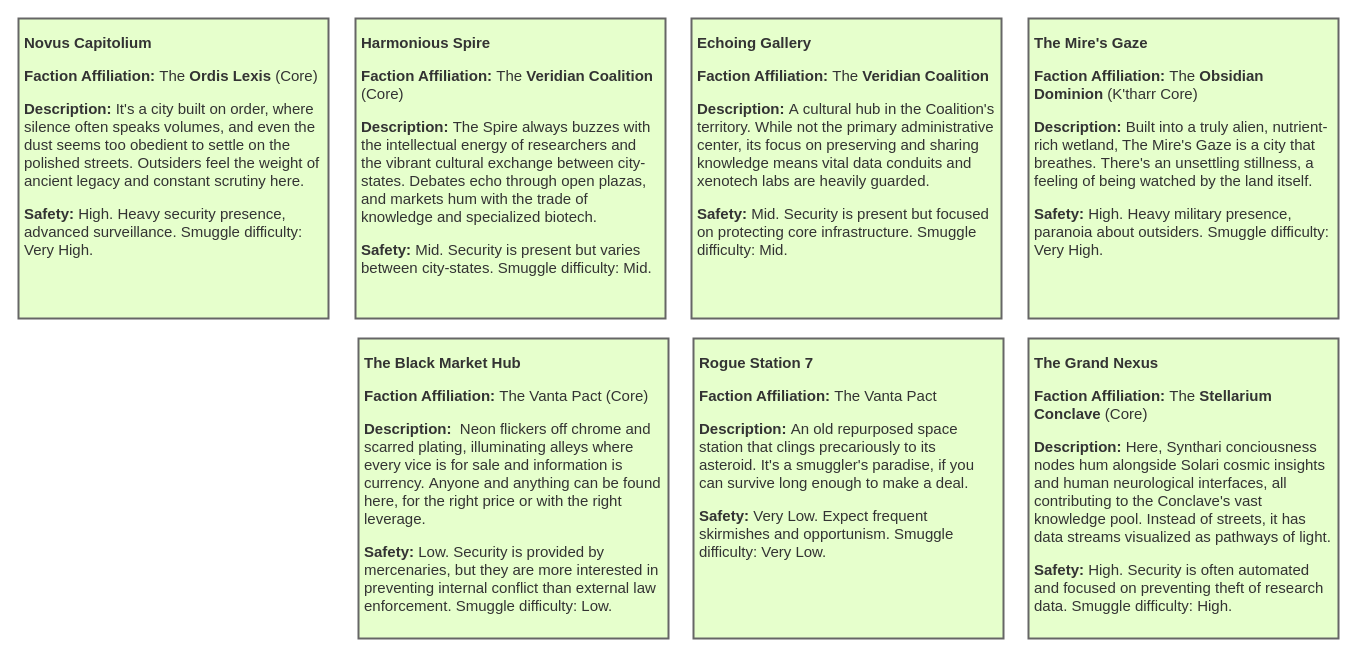
Above: page "Ports" (3 of 4) of designs/narrative texts.drawio in eerieA/game-nexarion (draw.io), before the change. Source tidied: cells renumbered, new cells numbered last; positions are measured from the earlier drawing's top-left corner, leaving out a move shared by most shapes. Both pictures are drawn from the tidied source at 100%, with x=0, y=0 at pixel (18, 18).
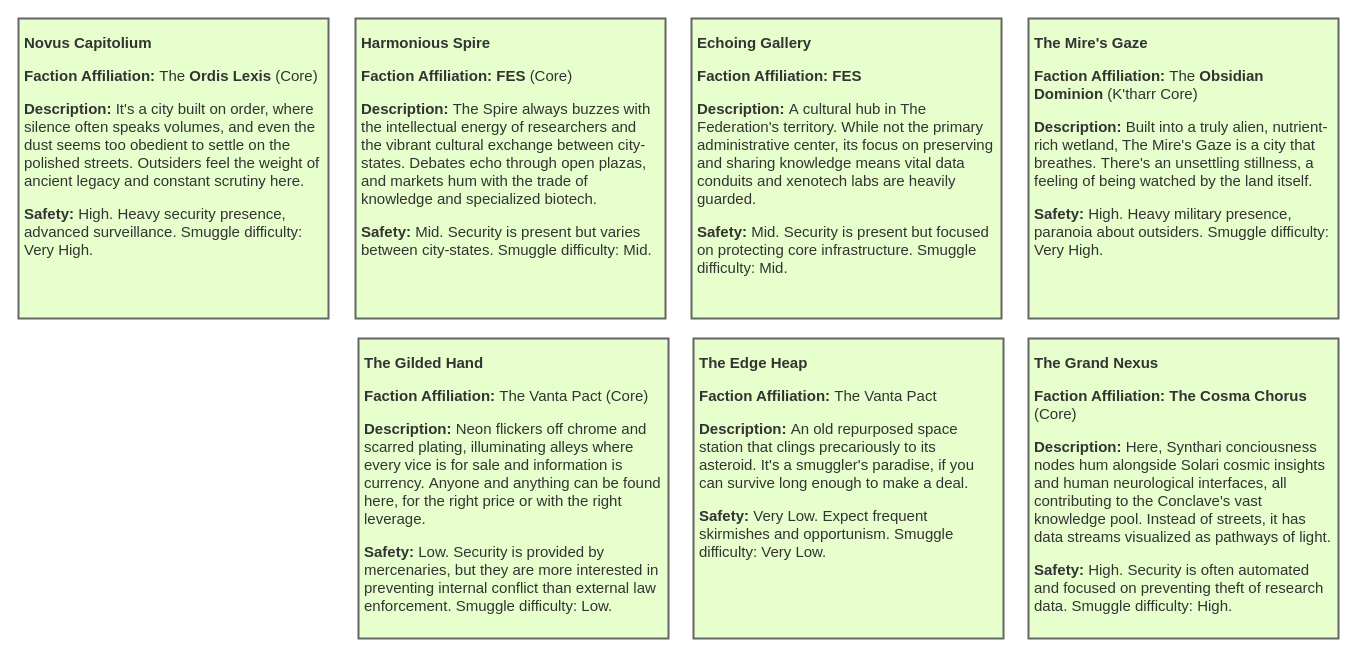
The same diagram, later.

Change to the diagram source:
```diff
@@
 <mxGraphModel>
   <root>
     <mxCell id="0" />
     <mxCell id="1" parent="0" />
     <mxCell id="2" value="&lt;p&gt;&lt;strong&gt;Novus Capitolium&lt;/strong&gt;&lt;/p&gt;&lt;p&gt;&lt;strong&gt;Faction Affiliation:&lt;/strong&gt;&amp;nbsp;The &lt;strong&gt;Ordis Lexis&lt;/strong&gt; (Core)&lt;/p&gt;&lt;p&gt;&lt;b&gt;Description:&amp;nbsp;&lt;/b&gt;&lt;span style=&quot;background-color: transparent;&quot;&gt;It's a city built on order, where silence often speaks volumes, and even the dust seems too obedient to settle on the polished streets. Outsiders feel the weight of ancient legacy and constant scrutiny here.&lt;/span&gt;&lt;/p&gt;&lt;p&gt;&lt;strong&gt;Safety:&lt;/strong&gt;&amp;nbsp;High. Heavy security presence, advanced surveillance. Smuggle difficulty: Very High.&lt;/p&gt;" style="rounded=0;whiteSpace=wrap;html=1;fillColor=#E6FFCC;strokeColor=#666666;align=left;fontSize=15;verticalAlign=top;labelBackgroundColor=none;spacing=6;spacingTop=-10;strokeWidth=2;fontColor=#333333;" parent="1" vertex="1">
       <mxGeometry width="310" height="300" as="geometry" />
     </mxCell>
-    <mxCell id="3" value="&lt;p&gt;&lt;strong&gt;Harmonious Spire&lt;/strong&gt;&lt;/p&gt;&lt;p&gt;&lt;strong&gt;Faction Affiliation:&lt;/strong&gt;&amp;nbsp;The &lt;strong&gt;Veridian Coalition &lt;/strong&gt;(Core)&lt;/p&gt;&lt;p&gt;&lt;b&gt;Description: &lt;/b&gt;The Spire always&amp;nbsp;&lt;span style=&quot;background-color: transparent;&quot;&gt;buzzes with the intellectual energy of researchers and the vibrant cultural exchange between city-states.&amp;nbsp;&lt;/span&gt;&lt;span style=&quot;background-color: transparent;&quot;&gt;Debates echo through open plazas, and markets hum with the trade of knowledge and specialized biotech.&lt;/span&gt;&lt;/p&gt;&lt;p&gt;&lt;strong&gt;Safety:&lt;/strong&gt;&amp;nbsp;Mid. Security is present but varies between city-states. Smuggle difficulty: Mid.&lt;/p&gt;" style="rounded=0;whiteSpace=wrap;html=1;fillColor=#E6FFCC;strokeColor=#666666;align=left;fontSize=15;verticalAlign=top;labelBackgroundColor=none;spacing=6;spacingTop=-10;strokeWidth=2;fontColor=#333333;" parent="1" vertex="1">
+    <mxCell id="3" value="&lt;p&gt;&lt;strong&gt;Harmonious Spire&lt;/strong&gt;&lt;/p&gt;&lt;p&gt;&lt;strong&gt;Faction Affiliation:&lt;/strong&gt;&amp;nbsp;&lt;strong&gt;FES &lt;/strong&gt;(Core)&lt;/p&gt;&lt;p&gt;&lt;b&gt;Description: &lt;/b&gt;The Spire always&amp;nbsp;&lt;span style=&quot;background-color: transparent;&quot;&gt;buzzes with the intellectual energy of researchers and the vibrant cultural exchange between city-states.&amp;nbsp;&lt;/span&gt;&lt;span style=&quot;background-color: transparent;&quot;&gt;Debates echo through open plazas, and markets hum with the trade of knowledge and specialized biotech.&lt;/span&gt;&lt;/p&gt;&lt;p&gt;&lt;strong&gt;Safety:&lt;/strong&gt;&amp;nbsp;Mid. Security is present but varies between city-states. Smuggle difficulty: Mid.&lt;/p&gt;" style="rounded=0;whiteSpace=wrap;html=1;fillColor=#E6FFCC;strokeColor=#666666;align=left;fontSize=15;verticalAlign=top;labelBackgroundColor=none;spacing=6;spacingTop=-10;strokeWidth=2;fontColor=#333333;" parent="1" vertex="1">
       <mxGeometry x="337" width="310" height="300" as="geometry" />
     </mxCell>
-    <mxCell id="4" value="&lt;p&gt;&lt;strong&gt;Echoing Gallery&lt;/strong&gt;&lt;/p&gt;&lt;p&gt;&lt;strong&gt;Faction Affiliation:&lt;/strong&gt;&amp;nbsp;The &lt;strong&gt;Veridian Coalition&lt;/strong&gt;&lt;/p&gt;&lt;p&gt;&lt;b&gt;Description: &lt;/b&gt;A&lt;span style=&quot;background-color: transparent;&quot;&gt;&amp;nbsp;cultural hub in the Coalition's territory.&amp;nbsp;&lt;/span&gt;&lt;span style=&quot;background-color: transparent;&quot;&gt;While not the primary administrative center, its focus on preserving and sharing knowledge means vital data conduits and xenotech labs are heavily guarded.&lt;/span&gt;&lt;/p&gt;&lt;p&gt;&lt;strong&gt;Safety:&lt;/strong&gt;&amp;nbsp;Mid. Security is present but focused on protecting core infrastructure. Smuggle difficulty: Mid.&lt;/p&gt;" style="rounded=0;whiteSpace=wrap;html=1;fillColor=#E6FFCC;strokeColor=#666666;align=left;fontSize=15;verticalAlign=top;labelBackgroundColor=none;spacing=6;spacingTop=-10;strokeWidth=2;fontColor=#333333;" parent="1" vertex="1">
+    <mxCell id="4" value="&lt;p&gt;&lt;strong&gt;Echoing Gallery&lt;/strong&gt;&lt;/p&gt;&lt;p&gt;&lt;strong&gt;Faction Affiliation:&lt;/strong&gt;&amp;nbsp;&lt;strong&gt;FES&lt;/strong&gt;&lt;/p&gt;&lt;p&gt;&lt;b&gt;Description: &lt;/b&gt;A&lt;span style=&quot;background-color: transparent;&quot;&gt;&amp;nbsp;cultural hub in The Federation's territory.&amp;nbsp;&lt;/span&gt;&lt;span style=&quot;background-color: transparent;&quot;&gt;While not the primary administrative center, its focus on preserving and sharing knowledge means vital data conduits and xenotech labs are heavily guarded.&lt;/span&gt;&lt;/p&gt;&lt;p&gt;&lt;strong&gt;Safety:&lt;/strong&gt;&amp;nbsp;Mid. Security is present but focused on protecting core infrastructure. Smuggle difficulty: Mid.&lt;/p&gt;" style="rounded=0;whiteSpace=wrap;html=1;fillColor=#E6FFCC;strokeColor=#666666;align=left;fontSize=15;verticalAlign=top;labelBackgroundColor=none;spacing=6;spacingTop=-10;strokeWidth=2;fontColor=#333333;" parent="1" vertex="1">
       <mxGeometry x="673" width="310" height="300" as="geometry" />
     </mxCell>
     <mxCell id="5" value="&lt;p&gt;&lt;strong&gt;The Mire's Gaze&lt;/strong&gt;&lt;/p&gt;&lt;p&gt;&lt;strong&gt;Faction Affiliation:&lt;/strong&gt;&amp;nbsp;The &lt;strong&gt;Obsidian Dominion &lt;/strong&gt;(K'tharr Core)&lt;/p&gt;&lt;p&gt;&lt;b&gt;Description:&amp;nbsp;&lt;/b&gt;&lt;span style=&quot;background-color: transparent;&quot;&gt;Built into a truly alien, nutrient-rich wetland, The Mire's Gaze is a city that breathes.&amp;nbsp;&lt;/span&gt;&lt;span style=&quot;background-color: transparent;&quot;&gt;There's an unsettling stillness, a feeling of being watched by the land itself.&lt;/span&gt;&lt;/p&gt;&lt;p&gt;&lt;strong&gt;Safety:&lt;/strong&gt;&amp;nbsp;High. Heavy military presence, paranoia about outsiders. Smuggle difficulty: Very High.&lt;/p&gt;" style="rounded=0;whiteSpace=wrap;html=1;fillColor=#E6FFCC;strokeColor=#666666;align=left;fontSize=15;verticalAlign=top;labelBackgroundColor=none;spacing=6;spacingTop=-10;strokeWidth=2;fontColor=#333333;" parent="1" vertex="1">
       <mxGeometry x="1010" width="310" height="300" as="geometry" />
     </mxCell>
-    <mxCell id="6" value="&lt;p&gt;&lt;strong&gt;The Black Market Hub&lt;/strong&gt;&lt;/p&gt;&lt;p&gt;&lt;strong&gt;Faction Affiliation:&lt;/strong&gt;&amp;nbsp;The Vanta Pact (Core)&lt;/p&gt;&lt;p&gt;&lt;b&gt;Description:&amp;nbsp;&lt;/b&gt;&lt;span style=&quot;background-color: transparent;&quot;&gt;&lt;b&gt;&amp;nbsp;&lt;/b&gt;Neon flickers off chrome and scarred plating, illuminating alleys where every vice is for sale and information is currency.&amp;nbsp;&lt;/span&gt;&lt;span style=&quot;background-color: transparent;&quot;&gt;Anyone and anything can be found here, for the right price or with the right leverage.&lt;/span&gt;&lt;/p&gt;&lt;p&gt;&lt;strong&gt;Safety:&lt;/strong&gt;&amp;nbsp;Low. Security is provided by mercenaries, but they are more interested in preventing internal conflict than external law enforcement. Smuggle difficulty: Low.&lt;/p&gt;" style="rounded=0;whiteSpace=wrap;html=1;fillColor=#E6FFCC;strokeColor=#666666;align=left;fontSize=15;verticalAlign=top;labelBackgroundColor=none;spacing=6;spacingTop=-10;strokeWidth=2;fontColor=#333333;" parent="1" vertex="1">
+    <mxCell id="6" value="&lt;p&gt;&lt;b&gt;The Gilded Hand&lt;/b&gt;&lt;/p&gt;&lt;p&gt;&lt;strong&gt;Faction Affiliation:&lt;/strong&gt;&amp;nbsp;The Vanta Pact (Core)&lt;/p&gt;&lt;p&gt;&lt;b&gt;Description:&amp;nbsp;&lt;/b&gt;&lt;span style=&quot;background-color: transparent;&quot;&gt;Neon flickers off chrome and scarred plating, illuminating alleys where every vice is for sale and information is currency.&amp;nbsp;&lt;/span&gt;&lt;span style=&quot;background-color: transparent;&quot;&gt;Anyone and anything can be found here, for the right price or with the right leverage.&lt;/span&gt;&lt;/p&gt;&lt;p&gt;&lt;strong&gt;Safety:&lt;/strong&gt;&amp;nbsp;Low. Security is provided by mercenaries, but they are more interested in preventing internal conflict than external law enforcement. Smuggle difficulty: Low.&lt;/p&gt;" style="rounded=0;whiteSpace=wrap;html=1;fillColor=#E6FFCC;strokeColor=#666666;align=left;fontSize=15;verticalAlign=top;labelBackgroundColor=none;spacing=6;spacingTop=-10;strokeWidth=2;fontColor=#333333;" parent="1" vertex="1">
       <mxGeometry x="340" y="320" width="310" height="300" as="geometry" />
     </mxCell>
-    <mxCell id="7" value="&lt;p&gt;&lt;strong&gt;Rogue Station 7&lt;/strong&gt;&lt;/p&gt;&lt;p&gt;&lt;strong&gt;Faction Affiliation:&lt;/strong&gt;&amp;nbsp;The Vanta Pact&lt;/p&gt;&lt;p&gt;&lt;b&gt;Description:&amp;nbsp;&lt;/b&gt;&lt;span style=&quot;background-color: transparent;&quot;&gt;An old repurposed space station that clings precariously to its asteroid.&amp;nbsp;&lt;/span&gt;&lt;span style=&quot;background-color: transparent;&quot;&gt;It's a smuggler's paradise, if you can survive long enough to make a deal.&lt;/span&gt;&lt;/p&gt;&lt;p&gt;&lt;strong&gt;Safety:&lt;/strong&gt;&amp;nbsp;Very Low. Expect frequent skirmishes and opportunism. Smuggle difficulty: Very Low.&lt;/p&gt;" style="rounded=0;whiteSpace=wrap;html=1;fillColor=#E6FFCC;strokeColor=#666666;align=left;fontSize=15;verticalAlign=top;labelBackgroundColor=none;spacing=6;spacingTop=-10;strokeWidth=2;fontColor=#333333;" parent="1" vertex="1">
+    <mxCell id="7" value="&lt;p&gt;&lt;b&gt;The Edge Heap&lt;/b&gt;&lt;/p&gt;&lt;p&gt;&lt;strong&gt;Faction Affiliation:&lt;/strong&gt;&amp;nbsp;The Vanta Pact&lt;/p&gt;&lt;p&gt;&lt;b&gt;Description:&amp;nbsp;&lt;/b&gt;&lt;span style=&quot;background-color: transparent;&quot;&gt;An old repurposed space station that clings precariously to its asteroid.&amp;nbsp;&lt;/span&gt;&lt;span style=&quot;background-color: transparent;&quot;&gt;It's a smuggler's paradise, if you can survive long enough to make a deal.&lt;/span&gt;&lt;/p&gt;&lt;p&gt;&lt;strong&gt;Safety:&lt;/strong&gt;&amp;nbsp;Very Low. Expect frequent skirmishes and opportunism. Smuggle difficulty: Very Low.&lt;/p&gt;" style="rounded=0;whiteSpace=wrap;html=1;fillColor=#E6FFCC;strokeColor=#666666;align=left;fontSize=15;verticalAlign=top;labelBackgroundColor=none;spacing=6;spacingTop=-10;strokeWidth=2;fontColor=#333333;" parent="1" vertex="1">
       <mxGeometry x="675" y="320" width="310" height="300" as="geometry" />
     </mxCell>
-    <mxCell id="8" value="&lt;p&gt;&lt;strong&gt;The Grand Nexus&lt;/strong&gt;&lt;/p&gt;&lt;p&gt;&lt;strong&gt;Faction Affiliation:&lt;/strong&gt;&amp;nbsp;The &lt;strong&gt;Stellarium Conclave&lt;/strong&gt; (Core)&lt;/p&gt;&lt;p&gt;&lt;b&gt;Description: &lt;/b&gt;H&lt;span style=&quot;background-color: transparent;&quot;&gt;ere, Synthari conciousness nodes hum alongside Solari cosmic insights and human neurological interfaces, all contributing to the Conclave's vast knowledge pool. Instead of streets, i&lt;/span&gt;&lt;span style=&quot;background-color: transparent;&quot;&gt;t has data streams visualized as pathways of light.&lt;/span&gt;&lt;/p&gt;&lt;p&gt;&lt;strong&gt;Safety:&lt;/strong&gt;&amp;nbsp;High. Security is often automated and focused on preventing theft of research data. Smuggle difficulty: High.&lt;/p&gt;" style="rounded=0;whiteSpace=wrap;html=1;fillColor=#E6FFCC;strokeColor=#666666;align=left;fontSize=15;verticalAlign=top;labelBackgroundColor=none;spacing=6;spacingTop=-10;strokeWidth=2;fontColor=#333333;" parent="1" vertex="1">
+    <mxCell id="8" value="&lt;p&gt;&lt;strong&gt;The Grand Nexus&lt;/strong&gt;&lt;/p&gt;&lt;p&gt;&lt;strong&gt;Faction Affiliation:&lt;/strong&gt;&amp;nbsp;&lt;strong&gt;The Cosma Chorus&lt;/strong&gt; (Core)&lt;/p&gt;&lt;p&gt;&lt;b&gt;Description: &lt;/b&gt;H&lt;span style=&quot;background-color: transparent;&quot;&gt;ere, Synthari conciousness nodes hum alongside Solari cosmic insights and human neurological interfaces, all contributing to the Conclave's vast knowledge pool. Instead of streets, i&lt;/span&gt;&lt;span style=&quot;background-color: transparent;&quot;&gt;t has data streams visualized as pathways of light.&lt;/span&gt;&lt;/p&gt;&lt;p&gt;&lt;strong&gt;Safety:&lt;/strong&gt;&amp;nbsp;High. Security is often automated and focused on preventing theft of research data. Smuggle difficulty: High.&lt;/p&gt;" style="rounded=0;whiteSpace=wrap;html=1;fillColor=#E6FFCC;strokeColor=#666666;align=left;fontSize=15;verticalAlign=top;labelBackgroundColor=none;spacing=6;spacingTop=-10;strokeWidth=2;fontColor=#333333;" parent="1" vertex="1">
       <mxGeometry x="1010" y="320" width="310" height="300" as="geometry" />
     </mxCell>
   </root>
 </mxGraphModel>
```
